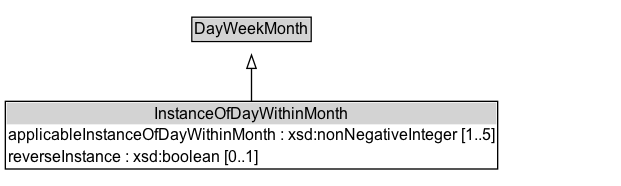
This is docs/diagrams/InstanceOfDayWithinMonth.dot.png from k-vaughn/ontology-its-time, a Graphviz export, as it was before one commit. Its source is kept beside it as docs/diagrams/InstanceOfDayWithinMonth.dot. Its diagram source:
```dot
digraph {
	graph [overlap=false rankdir=TB splines=true]
	node [fontname=Arial fontsize=12 margin=0 shape=none]
	edge [fontname=Arial fontsize=11]
	{
		rank=source
		DayWeekMonth [label=<<TABLE BORDER="1" CELLBORDER="0" CELLSPACING="0" CELLPADDING="1"><TR><TD BGCOLOR="lightgray" ALIGN="CENTER">DayWeekMonth</TD></TR></TABLE>> URL="../DayWeekMonth" margin=0]
	}
	InstanceOfDayWithinMonth [label=<<TABLE BORDER="1" CELLBORDER="0" CELLSPACING="0" CELLPADDING="1"><TR><TD BGCOLOR="lightgray" ALIGN="CENTER">InstanceOfDayWithinMonth</TD></TR><TR><TD ALIGN="LEFT">applicableInstanceOfDayWithinMonth : xsd:nonNegativeInteger [1..5]</TD></TR><TR><TD ALIGN="LEFT">reverseInstance : xsd:boolean [0..1]</TD></TR></TABLE>> URL="../InstanceOfDayWithinMonth" margin=0]
	{
		rank=max
	}
	subgraph cluster_associated {
		label="" style=invis
		Invis [label=<<TABLE BORDER="0" CELLBORDER="0" CELLSPACING="0" CELLPADDING="1"><TR><TD></TD></TR></TABLE>> margin=0 style=invis]
	}
	InstanceOfDayWithinMonth -> DayWeekMonth [arrowhead=onormal style=solid]
}
```
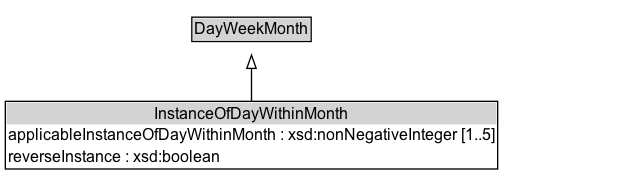
The same diagram one commit later.

The edit, as a diff of the source:
```diff
@@ -6,7 +6,7 @@
 		rank=source
 		DayWeekMonth [label=<<TABLE BORDER="1" CELLBORDER="0" CELLSPACING="0" CELLPADDING="1"><TR><TD BGCOLOR="lightgray" ALIGN="CENTER">DayWeekMonth</TD></TR></TABLE>> URL="../DayWeekMonth" margin=0]
 	}
-	InstanceOfDayWithinMonth [label=<<TABLE BORDER="1" CELLBORDER="0" CELLSPACING="0" CELLPADDING="1"><TR><TD BGCOLOR="lightgray" ALIGN="CENTER">InstanceOfDayWithinMonth</TD></TR><TR><TD ALIGN="LEFT">applicableInstanceOfDayWithinMonth : xsd:nonNegativeInteger [1..5]</TD></TR><TR><TD ALIGN="LEFT">reverseInstance : xsd:boolean [0..1]</TD></TR></TABLE>> URL="../InstanceOfDayWithinMonth" margin=0]
+	InstanceOfDayWithinMonth [label=<<TABLE BORDER="1" CELLBORDER="0" CELLSPACING="0" CELLPADDING="1"><TR><TD BGCOLOR="lightgray" ALIGN="CENTER">InstanceOfDayWithinMonth</TD></TR><TR><TD ALIGN="LEFT">applicableInstanceOfDayWithinMonth : xsd:nonNegativeInteger [1..5]</TD></TR><TR><TD ALIGN="LEFT">reverseInstance : xsd:boolean</TD></TR></TABLE>> URL="../InstanceOfDayWithinMonth" margin=0]
 	{
 		rank=max
 	}
```
